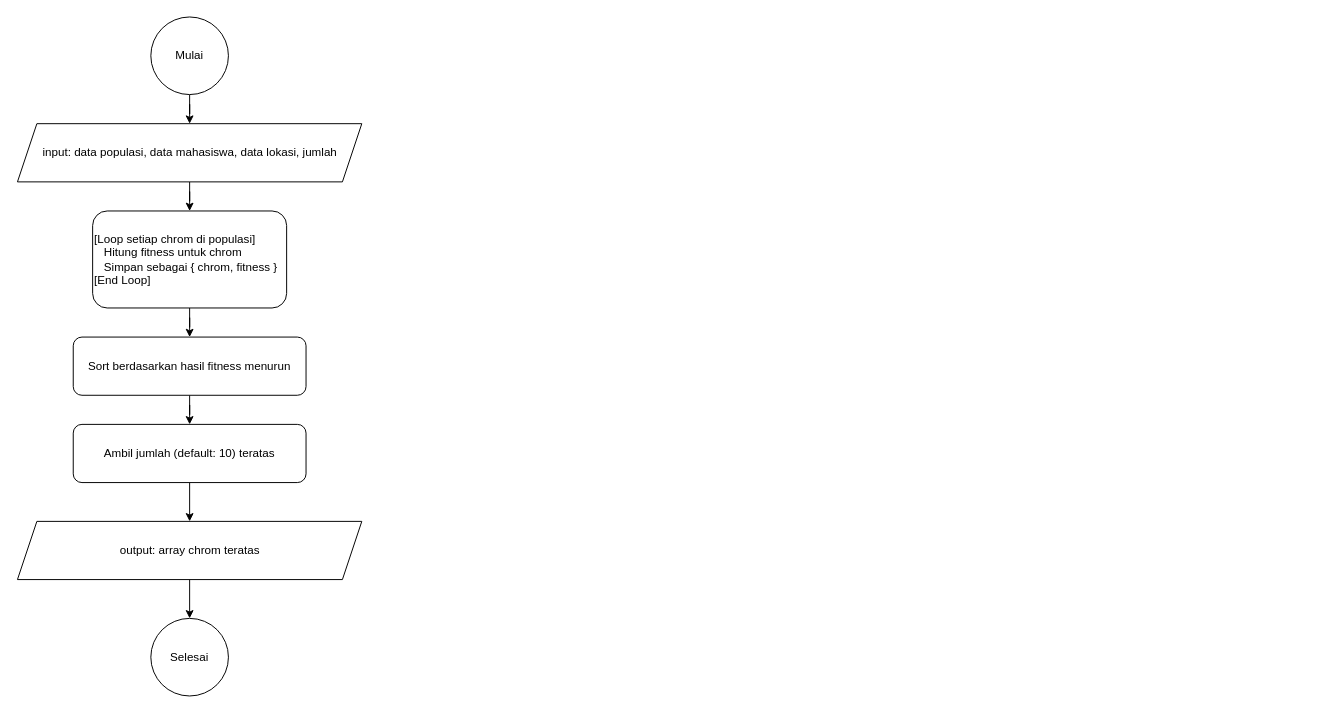
Before: page "Seleksi" (4 of 6) of titik-pkn.drawio in AgungSukaAFK/titik-pkn, a draw.io diagram. Source tidied: cells renumbered, new cells numbered last; positions are measured from the earlier drawing's top-left corner, leaving out a move shared by most shapes. Both pictures are drawn from the tidied source at 97%, with x=0, y=0 at pixel (16, 16).
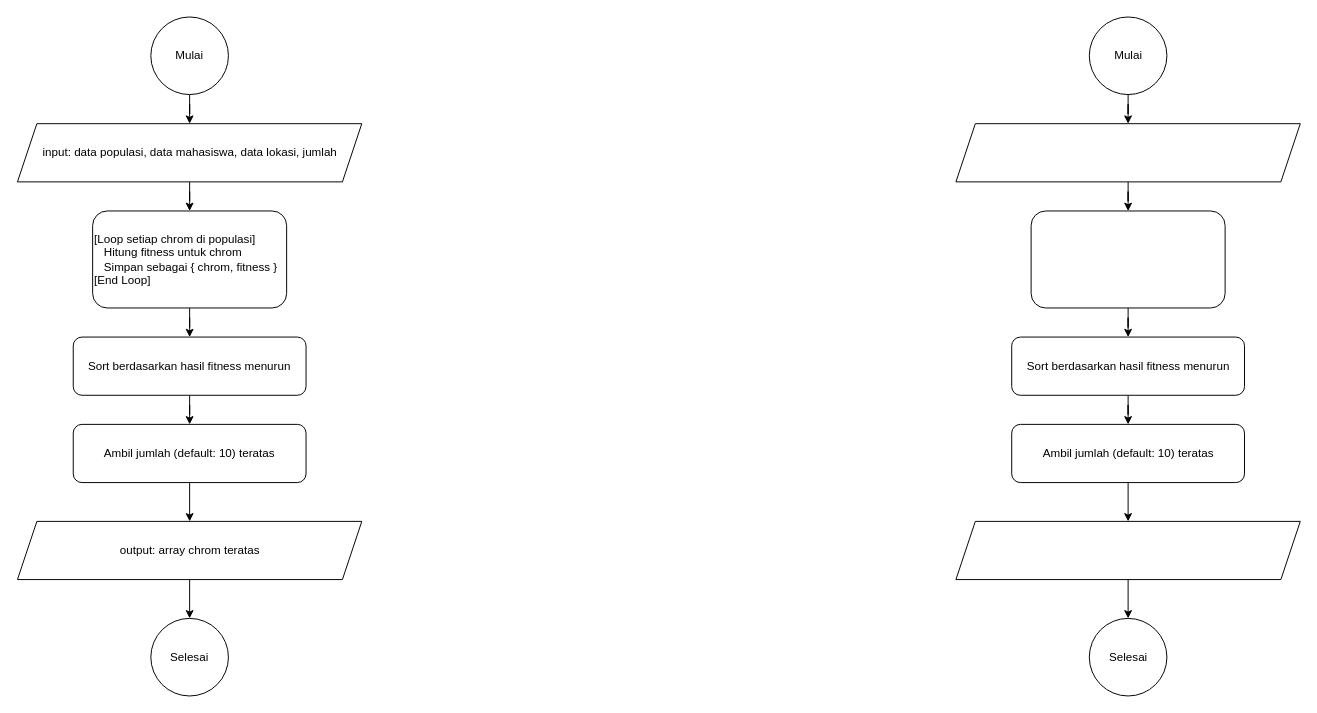
The same diagram, later.

The edit, as a diff of the source:
```diff
@@
+    <mxCell id="15" style="edgeStyle=orthogonalEdgeStyle;rounded=0;jettySize=auto;html=1;" parent="1" edge="1" source="16" target="19">
+      <mxGeometry relative="1" as="geometry" />
+    </mxCell>
+    <mxCell id="16" value="Mulai" style="ellipse;whiteSpace=wrap;html=1;" parent="1" vertex="1">
+      <mxGeometry x="1105.5" width="80" height="80" as="geometry" />
+    </mxCell>
+    <mxCell id="17" value="Selesai" style="ellipse;whiteSpace=wrap;html=1;" parent="1" vertex="1">
+      <mxGeometry x="1105.5" y="620" width="80" height="80" as="geometry" />
+    </mxCell>
+    <mxCell id="18" style="edgeStyle=orthogonalEdgeStyle;rounded=0;jettySize=auto;html=1;" parent="1" edge="1" source="19" target="21">
+      <mxGeometry relative="1" as="geometry" />
+    </mxCell>
+    <mxCell id="19" style="shape=parallelogram;perimeter=parallelogramPerimeter;whiteSpace=wrap;html=1;fixedSize=1;" parent="1" vertex="1">
+      <mxGeometry x="968" y="110" width="355" height="60" as="geometry" />
+    </mxCell>
+    <mxCell id="20" style="edgeStyle=orthogonalEdgeStyle;rounded=0;jettySize=auto;html=1;" parent="1" edge="1" source="21" target="23">
+      <mxGeometry relative="1" as="geometry" />
+    </mxCell>
+    <mxCell id="21" style="rounded=1;whiteSpace=wrap;html=1;align=left;" parent="1" vertex="1">
+      <mxGeometry x="1045.5" y="200" width="200" height="100" as="geometry" />
+    </mxCell>
+    <mxCell id="22" style="edgeStyle=orthogonalEdgeStyle;rounded=0;jettySize=auto;html=1;entryX=0.5;entryY=0;entryDx=0;entryDy=0;" parent="1" edge="1" source="23" target="25">
+      <mxGeometry relative="1" as="geometry" />
+    </mxCell>
+    <mxCell id="23" value="Sort berdasarkan hasil fitness menurun" style="rounded=1;whiteSpace=wrap;html=1;" parent="1" vertex="1">
+      <mxGeometry x="1025.5" y="330" width="240" height="60" as="geometry" />
+    </mxCell>
+    <mxCell id="24" style="edgeStyle=orthogonalEdgeStyle;rounded=0;jettySize=auto;html=1;entryX=0.5;entryY=0;entryDx=0;entryDy=0;" parent="1" edge="1" source="25" target="27">
+      <mxGeometry relative="1" as="geometry" />
+    </mxCell>
+    <mxCell id="25" value="Ambil jumlah (default: 10) teratas" style="rounded=1;whiteSpace=wrap;html=1;" parent="1" vertex="1">
+      <mxGeometry x="1025.5" y="420" width="240" height="60" as="geometry" />
+    </mxCell>
+    <mxCell id="26" style="edgeStyle=orthogonalEdgeStyle;rounded=0;jettySize=auto;html=1;" parent="1" edge="1" source="27" target="17">
+      <mxGeometry relative="1" as="geometry" />
+    </mxCell>
+    <mxCell id="27" style="shape=parallelogram;perimeter=parallelogramPerimeter;whiteSpace=wrap;html=1;fixedSize=1;" parent="1" vertex="1">
+      <mxGeometry x="968" y="520" width="355" height="60" as="geometry" />
+    </mxCell>
```
